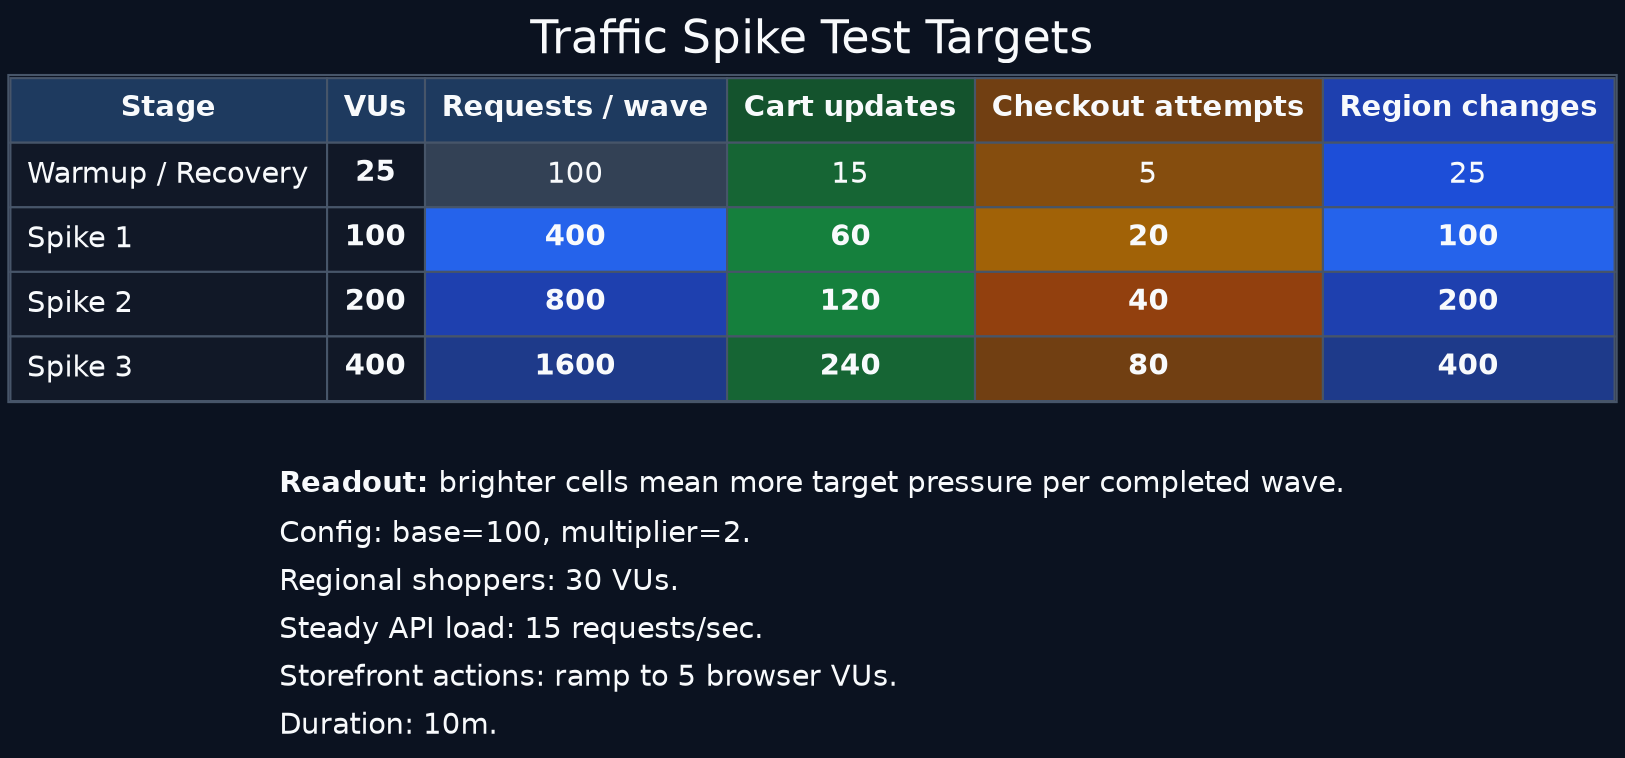
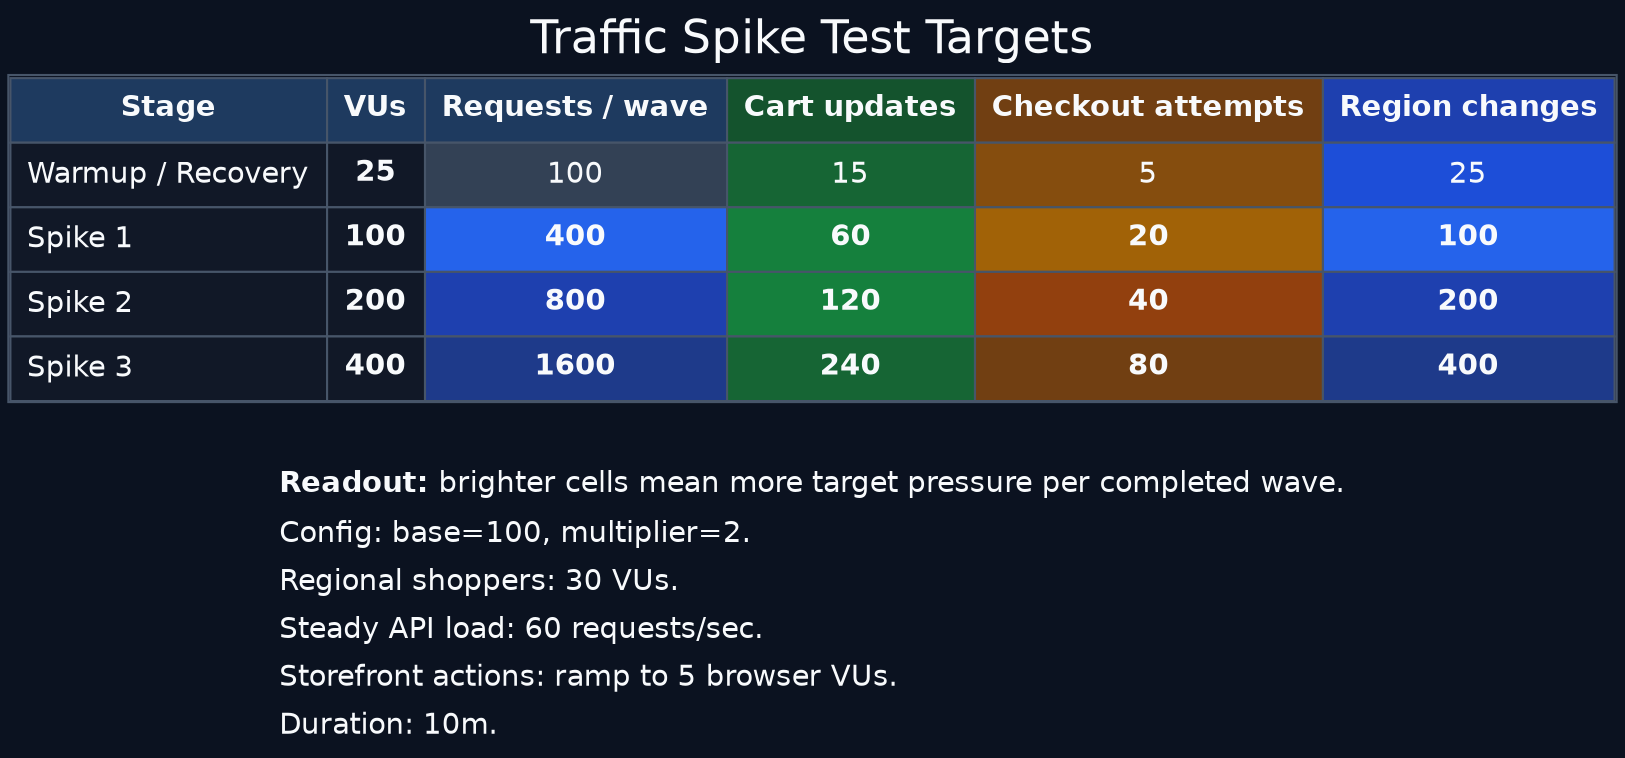
digraph traffic_spike_target_heatmap_dark {
  graph [rankdir=TB, labelloc=t, label="Traffic Spike Test Targets", bgcolor="#0b1220", fontcolor="#f8fafc", fontsize=22, fontname="Helvetica", nodesep=0.35, ranksep=0.4];
  node [shape=plain, fontname="Helvetica", fontcolor="#f8fafc"];
  edge [style=invis];

  target_heatmap [label=<
    <TABLE BORDER="1" CELLBORDER="1" CELLSPACING="0" CELLPADDING="7" COLOR="#475569">
      <TR><TD BGCOLOR="#1e3a5f"><FONT COLOR="#f8fafc"><B>Stage</B></FONT></TD><TD BGCOLOR="#1e3a5f"><FONT COLOR="#f8fafc"><B>VUs</B></FONT></TD><TD BGCOLOR="#1e3a5f"><FONT COLOR="#f8fafc"><B>Requests / wave</B></FONT></TD><TD BGCOLOR="#14532d"><FONT COLOR="#f8fafc"><B>Cart updates</B></FONT></TD><TD BGCOLOR="#713f12"><FONT COLOR="#f8fafc"><B>Checkout attempts</B></FONT></TD><TD BGCOLOR="#1e40af"><FONT COLOR="#f8fafc"><B>Region changes</B></FONT></TD></TR>
      <TR><TD ALIGN="LEFT" BGCOLOR="#111827"><FONT COLOR="#f8fafc">Warmup / Recovery</FONT></TD><TD BGCOLOR="#111827"><FONT COLOR="#f8fafc"><B>25</B></FONT></TD><TD BGCOLOR="#334155"><FONT COLOR="#f8fafc">100</FONT></TD><TD BGCOLOR="#166534"><FONT COLOR="#f8fafc">15</FONT></TD><TD BGCOLOR="#854d0e"><FONT COLOR="#f8fafc">5</FONT></TD><TD BGCOLOR="#1d4ed8"><FONT COLOR="#f8fafc">25</FONT></TD></TR>
      <TR><TD ALIGN="LEFT" BGCOLOR="#111827"><FONT COLOR="#f8fafc">Spike 1</FONT></TD><TD BGCOLOR="#111827"><FONT COLOR="#f8fafc"><B>100</B></FONT></TD><TD BGCOLOR="#2563eb"><FONT COLOR="#f8fafc"><B>400</B></FONT></TD><TD BGCOLOR="#15803d"><FONT COLOR="#f8fafc"><B>60</B></FONT></TD><TD BGCOLOR="#a16207"><FONT COLOR="#f8fafc"><B>20</B></FONT></TD><TD BGCOLOR="#2563eb"><FONT COLOR="#f8fafc"><B>100</B></FONT></TD></TR>
      <TR><TD ALIGN="LEFT" BGCOLOR="#111827"><FONT COLOR="#f8fafc">Spike 2</FONT></TD><TD BGCOLOR="#111827"><FONT COLOR="#f8fafc"><B>200</B></FONT></TD><TD BGCOLOR="#1e40af"><FONT COLOR="#f8fafc"><B>800</B></FONT></TD><TD BGCOLOR="#15803d"><FONT COLOR="#f8fafc"><B>120</B></FONT></TD><TD BGCOLOR="#92400e"><FONT COLOR="#f8fafc"><B>40</B></FONT></TD><TD BGCOLOR="#1e40af"><FONT COLOR="#f8fafc"><B>200</B></FONT></TD></TR>
      <TR><TD ALIGN="LEFT" BGCOLOR="#111827"><FONT COLOR="#f8fafc">Spike 3</FONT></TD><TD BGCOLOR="#111827"><FONT COLOR="#f8fafc"><B>400</B></FONT></TD><TD BGCOLOR="#1e3a8a"><FONT COLOR="#f8fafc"><B>1600</B></FONT></TD><TD BGCOLOR="#166534"><FONT COLOR="#f8fafc"><B>240</B></FONT></TD><TD BGCOLOR="#713f12"><FONT COLOR="#f8fafc"><B>80</B></FONT></TD><TD BGCOLOR="#1e3a8a"><FONT COLOR="#f8fafc"><B>400</B></FONT></TD></TR>
    </TABLE>
  >];

  target_note [label=<
    <TABLE BORDER="0" CELLBORDER="0" CELLSPACING="0" CELLPADDING="4">
      <TR><TD ALIGN="LEFT"><FONT COLOR="#f8fafc"><B>Readout:</B> brighter cells mean more target pressure per completed wave.</FONT></TD></TR>
      <TR><TD ALIGN="LEFT"><FONT COLOR="#f8fafc">Config: base=100, multiplier=2.</FONT></TD></TR>
      <TR><TD ALIGN="LEFT"><FONT COLOR="#f8fafc">Regional shoppers: 30 VUs.</FONT></TD></TR>
-       <TR><TD ALIGN="LEFT"><FONT COLOR="#f8fafc">Steady API load: 15 requests/sec.</FONT></TD></TR>
+       <TR><TD ALIGN="LEFT"><FONT COLOR="#f8fafc">Steady API load: 60 requests/sec.</FONT></TD></TR>
      <TR><TD ALIGN="LEFT"><FONT COLOR="#f8fafc">Storefront actions: ramp to 5 browser VUs.</FONT></TD></TR>
      <TR><TD ALIGN="LEFT"><FONT COLOR="#f8fafc">Duration: 10m.</FONT></TD></TR>
    </TABLE>
  >];

  target_heatmap -> target_note;
}
